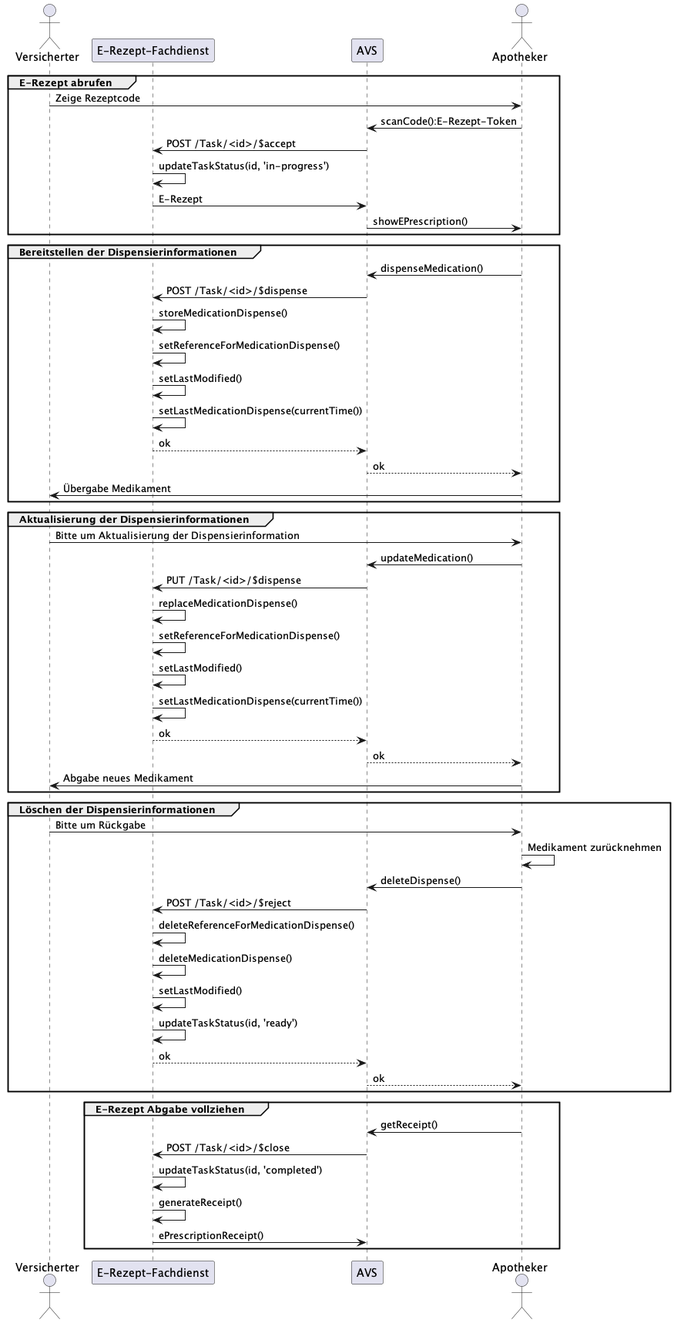
The PlantUML diagram images/puml_fdv_zustaende_sequenz.png in gematik/api-erp, before a commit.
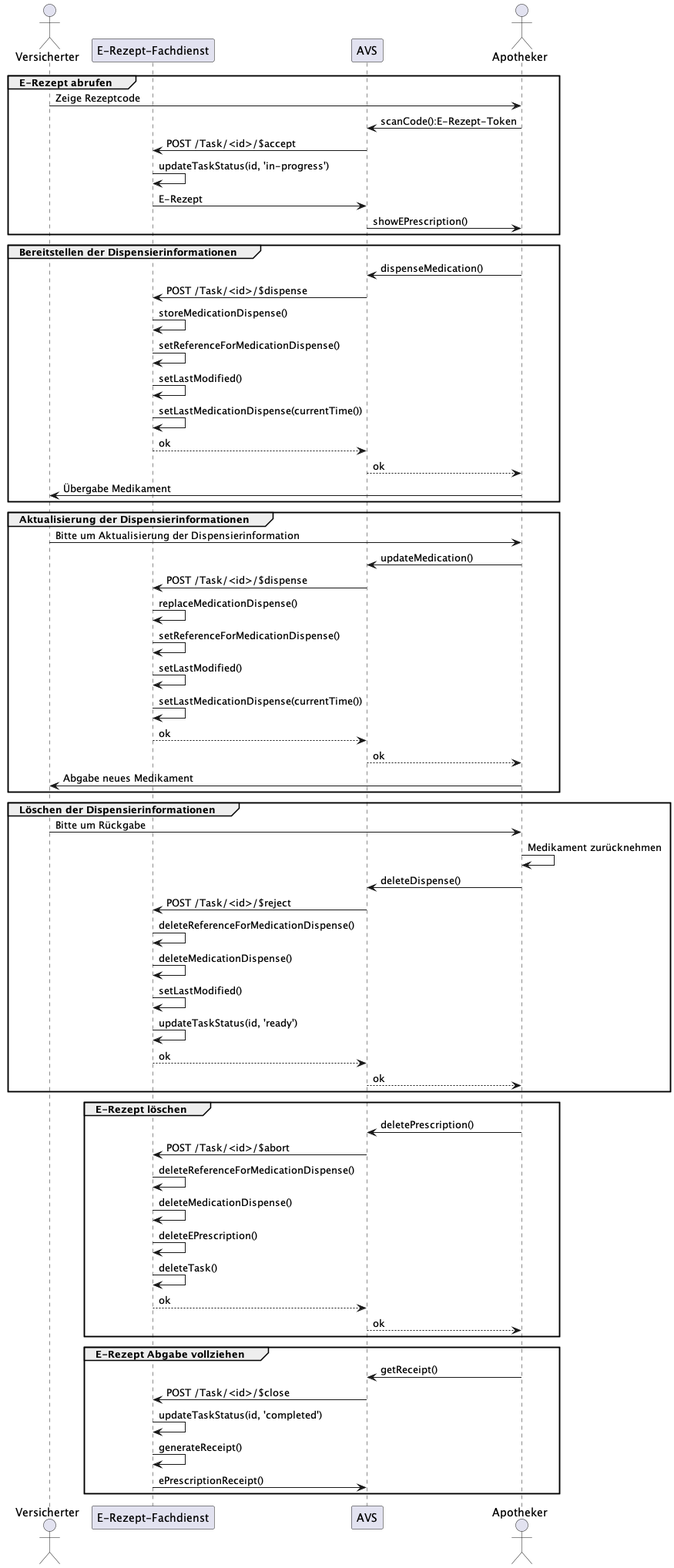
Later version of the same file.

Commit message:
Edit naming for functions in puml

Diff of the diagram source:
```diff
@@ -29,7 +29,7 @@
 group Aktualisierung der Dispensierinformationen
 Versicherter -> Apotheker: Bitte um Aktualisierung der Dispensierinformation
 Apotheker -> AVS: updateMedication()
-AVS -> FD: PUT /Task/<id>/$dispense
+AVS -> FD: POST /Task/<id>/$dispense
 FD -> FD: replaceMedicationDispense()
 FD -> FD: setReferenceForMedicationDispense()
 FD -> FD: setLastModified()
@@ -52,6 +52,17 @@
 AVS --> Apotheker: ok
 end
 
+group E-Rezept löschen
+Apotheker -> AVS: deletePrescription()
+AVS -> FD: POST /Task/<id>/$abort
+FD -> FD: deleteReferenceForMedicationDispense()
+FD -> FD: deleteMedicationDispense()
+FD -> FD: deleteEPrescription()
+FD -> FD: deleteTask()
+FD --> AVS: ok
+AVS --> Apotheker: ok
+end
+
 group E-Rezept Abgabe vollziehen
 Apotheker -> AVS: getReceipt()
 AVS -> FD: POST /Task/<id>/$close
```
